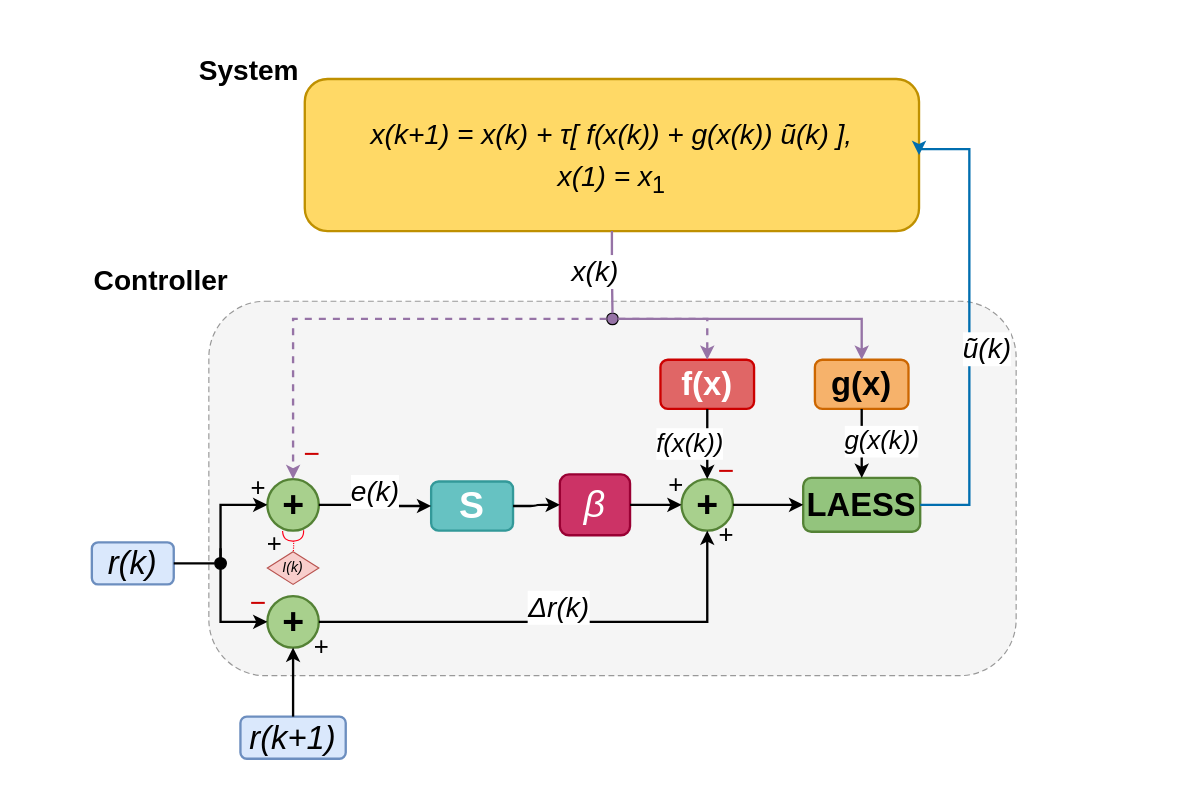
The draw.io diagram page "attacked-system" (4 of 7) of research-vault/Research Journal/Paper/figures/System-States.drawio in ablassejr/tracking-control-network, before the edit. Source tidied: cells renumbered, new cells numbered last; positions are measured from the earlier drawing's top-left corner, leaving out a move shared by most shapes. Both pictures are drawn from the tidied source at 117%, with x=0, y=0 at pixel (91, 32).
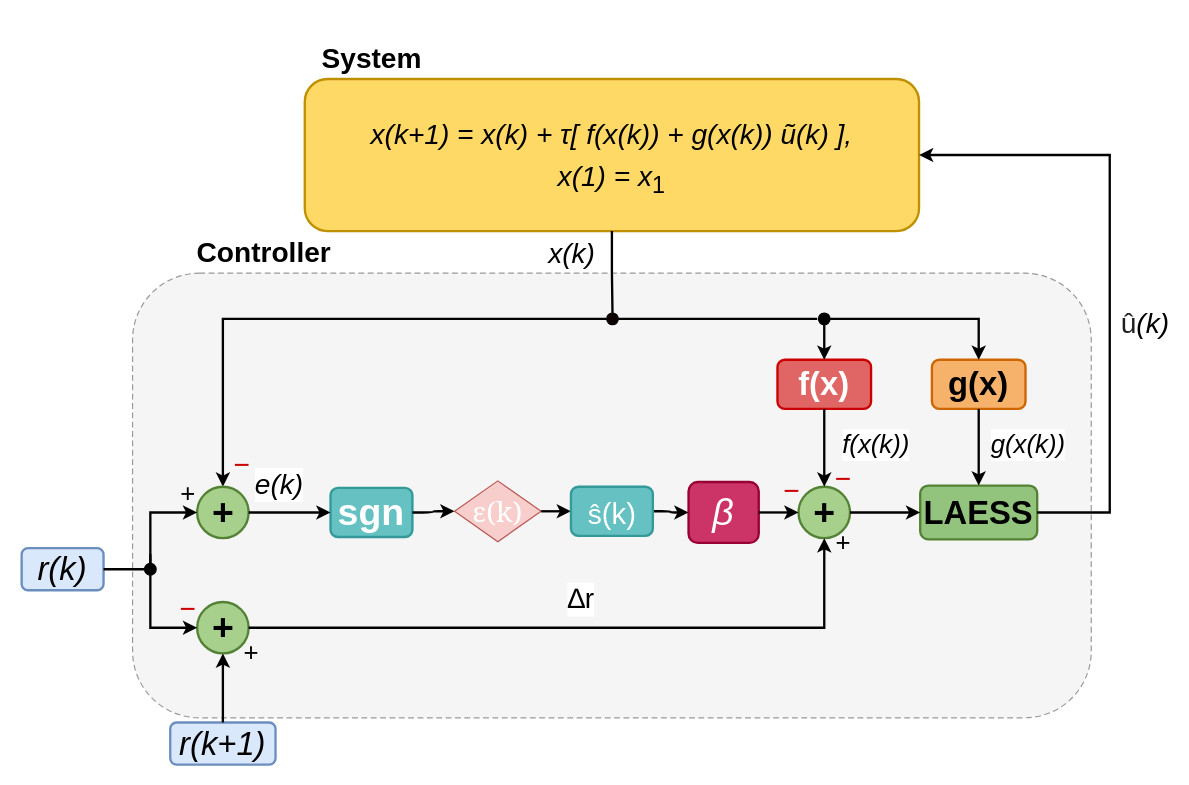
The same page after the edit.

The change refers to these unchanged cells:
```xml
<mxCell id="4" value="&lt;font style=&quot;font-size: 24px;&quot;&gt;&lt;i style=&quot;line-height:100%;&quot;&gt;x(k+1) = x(k) + τ[ f(x(k)) + g(x(k)) ũ(k) ],&lt;/i&gt;&lt;br&gt;&lt;i&gt;x(1) = x&lt;/i&gt;&lt;sub&gt;1&lt;/sub&gt;&lt;/font&gt;" style="rounded=1;whiteSpace=wrap;html=1;fontFamily=Helvetica;fontSize=30;strokeWidth=2;fillColor=#FFD966;strokeColor=#BF9000;fontColor=default;" parent="1" vertex="1">
  <mxGeometry x="182" y="40" width="525" height="130" as="geometry" />
</mxCell>
<mxCell id="36" style="group;" parent="1" vertex="1">
  <mxGeometry y="436" width="115" height="36" as="geometry" />
</mxCell>
```

The edit, as a diff of the source:
```diff
@@
     <mxCell id="2" style="rounded=1;whiteSpace=wrap;html=1;strokeWidth=1;dashed=1;dashPattern=5 3;strokeColor=#999999;fillColor=#F5F5F5;" parent="1" vertex="1">
-      <mxGeometry x="100" y="230" width="690" height="320" as="geometry" />
+      <mxGeometry x="34.8" y="206" width="819.4" height="380" as="geometry" />
     </mxCell>
     <mxCell id="3" value="&lt;b&gt;Controller&lt;/b&gt;" style="text;html=1;align=left;verticalAlign=bottom;fontFamily=Helvetica;fontSize=24;rounded=1;" parent="1" vertex="1">
-      <mxGeometry y="206" width="120" height="24" as="geometry" />
+      <mxGeometry x="88" y="182" width="120" height="24" as="geometry" />
     </mxCell>
@@
-    <mxCell id="5" value="&lt;b&gt;&lt;font style=&quot;font-size: 24px;&quot;&gt;System&lt;/font&gt;&lt;/b&gt;" style="text;html=1;align=center;verticalAlign=top;fontFamily=Helvetica;fontSize=36;rounded=1;" parent="1" vertex="1">
-      <mxGeometry x="74" width="120" height="26" as="geometry" />
+    <mxCell id="5" value="&lt;b&gt;&lt;font style=&quot;font-size: 24px;&quot;&gt;System&lt;/font&gt;&lt;/b&gt;" style="text;html=1;align=center;verticalAlign=top;fontFamily=Helvetica;fontSize=36;rounded=1;arcSize=50;" parent="1" vertex="1">
+      <mxGeometry x="179" y="-10" width="120" height="26" as="geometry" />
     </mxCell>
+    <mxCell id="22" style="edgeStyle=orthogonalEdgeStyle;rounded=0;jettySize=auto;html=1;entryX=0.5;entryY=0;entryDx=0;entryDy=0;strokeWidth=2;flowAnimation=1;" parent="1" edge="1" source="6" target="7">
+      <mxGeometry relative="1" as="geometry" />
+    </mxCell>
-    <mxCell id="6" style="ellipse;fillColor=#9673A6;strokeColor=#000000;strokeWidth=1;html=1;" parent="1" vertex="1">
+    <mxCell id="6" style="ellipse;fillColor=#0D0000;strokeColor=#000000;strokeWidth=1;html=1;" parent="1" vertex="1">
       <mxGeometry x="440" y="240" width="10" height="10" as="geometry" />
     </mxCell>
     <mxCell id="7" value="+" style="ellipse;html=1;fontFamily=Helvetica;fontSize=32;strokeWidth=2;align=center;verticalAlign=middle;fontStyle=1;rounded=1;fillColor=#A8D08D;strokeColor=#548235;" parent="1" vertex="1">
-      <mxGeometry x="150" y="382" width="44" height="44" as="geometry" />
+      <mxGeometry x="90" y="388.5" width="44" height="44" as="geometry" />
     </mxCell>
-    <mxCell id="8" value="&lt;b&gt;S&lt;/b&gt;" style="rounded=1;whiteSpace=wrap;html=1;fontFamily=Helvetica;fontSize=32;strokeWidth=2;fillColor=#66C2C2;strokeColor=#339999;fontColor=#FFFFFF;" parent="1" vertex="1">
-      <mxGeometry x="290" y="384" width="70" height="42" as="geometry" />
+    <mxCell id="8" value="&lt;b&gt;sgn&lt;/b&gt;" style="rounded=1;whiteSpace=wrap;html=1;fontFamily=Helvetica;fontSize=32;strokeWidth=2;fillColor=#66C2C2;strokeColor=#339999;fontColor=#FFFFFF;" parent="1" vertex="1">
+      <mxGeometry x="204" y="389.5" width="70" height="42" as="geometry" />
     </mxCell>
     <mxCell id="9" value="&lt;i&gt;β&lt;/i&gt;" style="rounded=1;whiteSpace=wrap;html=1;fontFamily=Helvetica;fontSize=32;strokeWidth=2;fillColor=#CC3366;strokeColor=#990033;fontColor=#FFFFFF;" parent="1" vertex="1">
-      <mxGeometry x="400" y="378" width="60" height="52" as="geometry" />
+      <mxGeometry x="510" y="384.5" width="60" height="52" as="geometry" />
     </mxCell>
     <mxCell id="10" value="+" style="ellipse;html=1;fontFamily=Helvetica;fontSize=32;strokeWidth=2;align=center;verticalAlign=middle;fontStyle=1;rounded=1;fillColor=#A8D08D;strokeColor=#548235;" parent="1" vertex="1">
-      <mxGeometry x="504" y="382" width="44" height="44" as="geometry" />
+      <mxGeometry x="604" y="388.5" width="44" height="44" as="geometry" />
     </mxCell>
     <mxCell id="11" value="&lt;b&gt;LAESS&lt;/b&gt;" style="rounded=1;whiteSpace=wrap;html=1;fontFamily=Helvetica;fontSize=28;strokeWidth=2;fillColor=#93C47D;strokeColor=#548235;" parent="1" vertex="1">
-      <mxGeometry x="608" y="381" width="100" height="46" as="geometry" />
+      <mxGeometry x="708" y="387.5" width="100" height="46" as="geometry" />
     </mxCell>
     <mxCell id="12" value="&lt;b&gt;f(x)&lt;/b&gt;" style="rounded=1;whiteSpace=wrap;html=1;fontFamily=Helvetica;fontSize=28;strokeWidth=2;fillColor=#E06666;strokeColor=#CC0000;fontColor=#FFFFFF;" parent="1" vertex="1">
-      <mxGeometry x="486" y="280" width="80" height="42" as="geometry" />
+      <mxGeometry x="586" y="280" width="80" height="42" as="geometry" />
     </mxCell>
     <mxCell id="13" value="&lt;b&gt;g(x)&lt;/b&gt;" style="rounded=1;whiteSpace=wrap;html=1;fontFamily=Helvetica;fontSize=28;strokeWidth=2;fillColor=#F6B26B;strokeColor=#CC6600;" parent="1" vertex="1">
-      <mxGeometry x="618" y="280" width="80" height="42" as="geometry" />
+      <mxGeometry x="718" y="280" width="80" height="42" as="geometry" />
     </mxCell>
     <mxCell id="14" value="+" style="ellipse;html=1;fontFamily=Helvetica;fontSize=32;strokeWidth=2;align=center;verticalAlign=middle;fontStyle=1;rounded=1;fillColor=#A8D08D;strokeColor=#548235;" parent="1" vertex="1">
-      <mxGeometry x="150" y="482" width="44" height="44" as="geometry" />
+      <mxGeometry x="90" y="487" width="44" height="44" as="geometry" />
     </mxCell>
     <mxCell id="15" value="&lt;i&gt;r(k+1)&lt;/i&gt;" style="rounded=1;whiteSpace=wrap;html=1;fontFamily=Helvetica;fontSize=28;strokeWidth=2;fillColor=#DAE8FC;strokeColor=#6C8EBF;" parent="1" vertex="1">
-      <mxGeometry x="127" y="585" width="90" height="36" as="geometry" />
+      <mxGeometry x="67" y="590" width="90" height="36" as="geometry" />
     </mxCell>
     <mxCell id="16" value="&amp;#x2212;" style="text;html=1;align=center;verticalAlign=middle;fontFamily=Helvetica;rounded=1;fontSize=24;fontColor=#CC0000;" parent="1" vertex="1">
-      <mxGeometry x="182" y="355" width="12" height="12" as="geometry" />
+      <mxGeometry x="122" y="363.5" width="12" height="12" as="geometry" />
     </mxCell>
     <mxCell id="17" value="&amp;#x2212;" style="text;html=1;align=center;verticalAlign=middle;fontFamily=Helvetica;rounded=1;fontSize=24;fontColor=#CC0000;" parent="1" vertex="1">
-      <mxGeometry x="536" y="369" width="12" height="12" as="geometry" />
+      <mxGeometry x="636" y="375.5" width="12" height="12" as="geometry" />
     </mxCell>
-    <mxCell id="18" value="+" style="text;html=1;align=center;verticalAlign=middle;fontFamily=Helvetica;rounded=1;fontSize=22;" parent="1" vertex="1">
-      <mxGeometry x="494" y="381" width="10" height="12" as="geometry" />
-    </mxCell>
     <mxCell id="19" value="+" style="text;html=1;align=center;verticalAlign=middle;fontFamily=Helvetica;rounded=1;fontSize=22;" parent="1" vertex="1">
-      <mxGeometry x="536" y="424" width="12" height="12" as="geometry" />
+      <mxGeometry x="636" y="430.5" width="12" height="12" as="geometry" />
     </mxCell>
     <mxCell id="20" value="&amp;#x2212;" style="text;html=1;align=center;verticalAlign=middle;fontFamily=Helvetica;rounded=1;fontSize=24;fontColor=#CC0000;" parent="1" vertex="1">
-      <mxGeometry x="136" y="482" width="12" height="12" as="geometry" />
+      <mxGeometry x="76" y="487" width="12" height="12" as="geometry" />
     </mxCell>
-    <mxCell id="21" value="+" style="text;html=1;align=center;verticalAlign=middle;fontFamily=Helvetica;rounded=1;fontSize=22;" parent="1" vertex="1">
-      <mxGeometry x="150" y="432" width="12" height="12" as="geometry" />
-    </mxCell>
-    <mxCell id="22" style="edgeStyle=orthogonalEdgeStyle;rounded=0;html=1;strokeWidth=2;flowAnimation=1;endArrow=classic;endFill=1;entryX=0.5;entryY=0;entryDx=0;entryDy=0;fontFamily=Helvetica;fontSize=24;strokeColor=#9673a6;dashed=1;" parent="1" edge="1" source="6" target="7">
-      <mxGeometry relative="1" as="geometry">
-        <Array as="points">
-          <mxPoint x="172" y="245" />
-        </Array>
-      </mxGeometry>
-    </mxCell>
-    <mxCell id="23" style="edgeStyle=orthogonalEdgeStyle;rounded=0;html=1;strokeWidth=2;flowAnimation=1;endArrow=classic;endFill=1;entryX=0.5;entryY=0;entryDx=0;entryDy=0;strokeColor=#9673a6;dashed=1;" parent="1" edge="1" source="6" target="12">
-      <mxGeometry relative="1" as="geometry">
-        <Array as="points">
-          <mxPoint x="526" y="245" />
-        </Array>
-      </mxGeometry>
-    </mxCell>
-    <mxCell id="24" style="edgeStyle=orthogonalEdgeStyle;rounded=0;html=1;strokeWidth=2;flowAnimation=1;endArrow=classic;endFill=1;entryX=0.5;entryY=0;entryDx=0;entryDy=0;strokeColor=#9673a6;" parent="1" edge="1" source="6" target="13">
+    <mxCell id="24" style="edgeStyle=orthogonalEdgeStyle;rounded=0;html=1;strokeWidth=2;flowAnimation=1;endArrow=classic;endFill=1;entryX=0.5;entryY=0;entryDx=0;entryDy=0;strokeColor=#000000;" parent="1" edge="1" source="51" target="13">
       <mxGeometry relative="1" as="geometry">
         <Array as="points">
-          <mxPoint x="658" y="245" />
+          <mxPoint x="758" y="245" />
         </Array>
       </mxGeometry>
     </mxCell>
     <mxCell id="25" value="&lt;i&gt;e(k)&lt;/i&gt;" style="edgeStyle=orthogonalEdgeStyle;rounded=1;html=1;strokeWidth=2;flowAnimation=1;endArrow=classic;endFill=1;exitX=1;exitY=0.5;entryX=0;entryY=0.5;fontFamily=Helvetica;fontSize=24;" parent="1" edge="1" source="7" target="8">
-      <mxGeometry relative="1" as="geometry">
-        <mxPoint y="-12" as="offset" />
-      </mxGeometry>
+      <mxGeometry x="-0.26" y="24" relative="1" as="geometry" />
     </mxCell>
-    <mxCell id="26" style="edgeStyle=orthogonalEdgeStyle;rounded=1;html=1;strokeWidth=2;flowAnimation=1;endArrow=classic;endFill=1;exitX=1;exitY=0.5;entryX=0;entryY=0.5;" parent="1" edge="1" source="8" target="9">
+    <mxCell id="26" style="edgeStyle=orthogonalEdgeStyle;rounded=1;html=1;strokeWidth=2;flowAnimation=1;endArrow=classic;endFill=1;exitX=1;exitY=0.5;entryX=0;entryY=0.5;" parent="1" edge="1" source="53" target="9">
       <mxGeometry relative="1" as="geometry" />
     </mxCell>
@@
     <mxCell id="28" value="&lt;i&gt;f(x(k))&lt;/i&gt;" style="edgeStyle=orthogonalEdgeStyle;rounded=0;html=1;strokeWidth=2;flowAnimation=1;endArrow=classic;endFill=1;exitX=0.5;exitY=1;exitDx=0;exitDy=0;entryX=0.5;entryY=0;entryDx=0;entryDy=0;fontFamily=Helvetica;fontSize=22;" parent="1" edge="1" source="12" target="10">
-      <mxGeometry relative="1" as="geometry">
-        <mxPoint x="-15" as="offset" />
-      </mxGeometry>
+      <mxGeometry x="-0.07" y="44" relative="1" as="geometry" />
     </mxCell>
     <mxCell id="29" value="&lt;i&gt;g(x(k))&lt;/i&gt;" style="edgeStyle=orthogonalEdgeStyle;rounded=0;html=1;strokeWidth=2;flowAnimation=1;endArrow=classic;endFill=1;exitX=0.5;exitY=1;exitDx=0;exitDy=0;entryX=0.5;entryY=0;entryDx=0;entryDy=0;fontFamily=Helvetica;fontSize=22;" parent="1" edge="1" source="13" target="11">
-      <mxGeometry x="-0.05" y="2" relative="1" as="geometry">
-        <mxPoint x="15" as="offset" />
-      </mxGeometry>
+      <mxGeometry x="-0.05" y="42" relative="1" as="geometry" />
     </mxCell>
@@
-    <mxCell id="31" value="&lt;i&gt;ũ(k)&lt;/i&gt;" style="edgeStyle=orthogonalEdgeStyle;rounded=0;html=1;strokeWidth=2;flowAnimation=1;endArrow=classic;endFill=1;exitX=1;exitY=0.5;exitDx=0;exitDy=0;entryX=1;entryY=0.5;entryDx=0;entryDy=0;fontFamily=Helvetica;fontSize=24;strokeColor=#006EAF;" parent="1" edge="1" source="11" target="4">
-      <mxGeometry x="-0.11" relative="1" as="geometry">
+    <mxCell id="31" value="&lt;span style=&quot;text-wrap-mode: wrap; color: rgb(32, 33, 34); font-family: sans-serif; text-align: start;&quot;&gt;û&lt;/span&gt;&lt;i&gt;(k)&lt;/i&gt;" style="edgeStyle=orthogonalEdgeStyle;rounded=0;html=1;strokeWidth=2;flowAnimation=1;endArrow=classic;endFill=1;exitX=1;exitY=0.5;exitDx=0;exitDy=0;fontFamily=Helvetica;fontSize=24;strokeColor=#000000;entryX=1;entryY=0.5;entryDx=0;entryDy=0;" parent="1" edge="1" source="11" target="4">
+      <mxGeometry x="-0.16" y="-30" relative="1" as="geometry">
         <Array as="points">
-          <mxPoint x="750" y="404" />
-          <mxPoint x="750" y="100" />
+          <mxPoint x="870" y="411" />
+          <mxPoint x="870" y="105" />
         </Array>
-        <mxPoint x="15" as="offset" />
       </mxGeometry>
     </mxCell>
     <mxCell id="32" style="edgeStyle=orthogonalEdgeStyle;rounded=0;html=1;strokeWidth=2;flowAnimation=1;endArrow=classic;endFill=1;entryX=0;entryY=0.5;entryDx=0;entryDy=0;" parent="1" edge="1" source="38" target="7">
       <mxGeometry relative="1" as="geometry">
         <Array as="points">
-          <mxPoint x="110" y="441" />
-          <mxPoint x="110" y="389" />
+          <mxPoint x="50" y="446" />
+          <mxPoint x="50" y="394" />
         </Array>
       </mxGeometry>
     </mxCell>
     <mxCell id="33" style="edgeStyle=orthogonalEdgeStyle;rounded=0;html=1;strokeWidth=2;flowAnimation=1;endArrow=classic;endFill=1;entryX=0;entryY=0.5;entryDx=0;entryDy=0;" parent="1" edge="1" source="38" target="14">
       <mxGeometry relative="1" as="geometry">
         <Array as="points">
-          <mxPoint x="110" y="441" />
-          <mxPoint x="110" y="489" />
+          <mxPoint x="50" y="446" />
+          <mxPoint x="50" y="494" />
         </Array>
       </mxGeometry>
     </mxCell>
     <mxCell id="34" style="edgeStyle=orthogonalEdgeStyle;rounded=0;html=1;strokeWidth=2;flowAnimation=1;endArrow=classic;endFill=1;entryX=0.5;entryY=1;entryDx=0;entryDy=0;" parent="1" edge="1" source="15" target="14">
       <mxGeometry relative="1" as="geometry">
         <Array as="points">
-          <mxPoint x="172" y="568" />
+          <mxPoint x="112" y="573" />
         </Array>
       </mxGeometry>
     </mxCell>
-    <mxCell id="35" value="&lt;i&gt;&amp;#x0394;r(k)&lt;/i&gt;" style="edgeStyle=orthogonalEdgeStyle;rounded=0;html=1;strokeWidth=2;flowAnimation=1;endArrow=classic;endFill=1;exitX=1;exitY=0.5;exitDx=0;exitDy=0;entryX=0.5;entryY=1;entryDx=0;entryDy=0;fontFamily=Helvetica;fontSize=24;" parent="1" edge="1" source="14" target="10">
-      <mxGeometry relative="1" as="geometry">
-        <Array as="points">
-          <mxPoint x="526" y="504" />
-        </Array>
-        <mxPoint y="-12" as="offset" />
-      </mxGeometry>
+    <mxCell id="35" value="∆r" style="edgeStyle=orthogonalEdgeStyle;rounded=0;html=1;strokeWidth=2;flowAnimation=1;endArrow=classic;endFill=1;exitX=1;exitY=0.5;exitDx=0;exitDy=0;fontFamily=Helvetica;fontSize=24;" parent="1" edge="1" source="14" target="10">
+      <mxGeometry y="24" relative="1" as="geometry" />
     </mxCell>
@@
     <mxCell id="37" value="&lt;i&gt;r(k)&lt;/i&gt;" style="rounded=1;whiteSpace=wrap;html=1;fontFamily=Helvetica;fontSize=28;strokeWidth=2;fillColor=#DAE8FC;strokeColor=#6C8EBF;" parent="36" vertex="1">
-      <mxGeometry width="70" height="36" as="geometry" />
+      <mxGeometry x="-60" y="5" width="70" height="36" as="geometry" />
     </mxCell>
     <mxCell id="38" style="ellipse;fillColor=#000000;strokeColor=#000000;strokeWidth=1;html=1;" parent="36" vertex="1">
-      <mxGeometry x="105" y="13" width="10" height="10" as="geometry" />
+      <mxGeometry x="45" y="18" width="10" height="10" as="geometry" />
     </mxCell>
@@
     <mxCell id="40" value="+" style="text;html=1;align=center;verticalAlign=middle;fontFamily=Helvetica;rounded=1;fontSize=22;" parent="1" vertex="1">
-      <mxGeometry x="136" y="384" width="12" height="12" as="geometry" />
+      <mxGeometry x="76" y="389" width="12" height="12" as="geometry" />
     </mxCell>
@@
-    <mxCell id="42" style="edgeStyle=orthogonalEdgeStyle;rounded=0;html=1;curved=0;endArrow=halfCircle;endFill=0;startArrow=oval;startFill=0;startSize=5;dashed=1;dashPattern=1 1;flowAnimation=1;strokeWidth=1;endSize=7;fontColor=#FF0000;strokeColor=#FF0019;" parent="1" edge="1" target="7">
-      <mxGeometry relative="1" as="geometry">
-        <mxPoint x="172" y="450" as="sourcePoint" />
-      </mxGeometry>
-    </mxCell>
@@
-    <mxCell id="44" value="&lt;i&gt;I(k)&lt;/i&gt;" style="rhombus;whiteSpace=wrap;html=1;fillColor=#f8cecc;strokeColor=#b85450;" parent="1" vertex="1">
-      <mxGeometry x="150" y="444" width="44" height="28" as="geometry" />
-    </mxCell>
-    <mxCell id="45" value="&lt;i&gt;&lt;font style=&quot;font-size: 24px;&quot;&gt;x(k)&lt;/font&gt;&lt;/i&gt;" style="edgeStyle=orthogonalEdgeStyle;rounded=0;html=1;strokeWidth=2;flowAnimation=1;endArrow=none;endFill=0;exitX=0.5;exitY=1;exitDx=0;exitDy=0;strokeColor=#9673a6;" parent="1" edge="1" source="4" target="6">
-      <mxGeometry relative="1" as="geometry">
-        <mxPoint x="-15" as="offset" />
+    <mxCell id="45" value="&lt;i&gt;&lt;font style=&quot;font-size: 24px;&quot;&gt;x(k)&lt;/font&gt;&lt;/i&gt;" style="edgeStyle=orthogonalEdgeStyle;rounded=0;html=1;strokeWidth=2;flowAnimation=1;endArrow=none;endFill=0;exitX=0.5;exitY=1;exitDx=0;exitDy=0;strokeColor=#000000;" parent="1" edge="1" source="4" target="6">
+      <mxGeometry x="-0.43" y="-34" relative="1" as="geometry">
+        <mxPoint x="-1" as="offset" />
       </mxGeometry>
     </mxCell>
     <mxCell id="46" value="+" style="text;html=1;align=center;verticalAlign=middle;fontFamily=Helvetica;rounded=1;fontSize=22;" parent="1" vertex="1">
-      <mxGeometry x="190" y="520" width="12" height="12" as="geometry" />
+      <mxGeometry x="130" y="525" width="12" height="12" as="geometry" />
     </mxCell>
+    <mxCell id="47" value="&amp;#x2212;" style="text;html=1;align=center;verticalAlign=middle;fontFamily=Helvetica;rounded=1;fontSize=24;fontColor=#CC0000;" parent="1" vertex="1">
+      <mxGeometry x="592" y="385.5" width="12" height="12" as="geometry" />
+    </mxCell>
+    <mxCell id="48" style="edgeStyle=orthogonalEdgeStyle;rounded=1;html=1;strokeWidth=2;flowAnimation=1;endArrow=classic;endFill=1;exitX=1;exitY=0.5;entryX=0;entryY=0.5;" parent="1" edge="1" source="8" target="44">
+      <mxGeometry relative="1" as="geometry" />
+    </mxCell>
+    <mxCell id="44" value="&lt;span style=&quot;font-family: pplxSerif, pplxSerif, ui-serif, Georgia, Cambria, &amp;quot;Hiragino Mincho ProN&amp;quot;, &amp;quot;Yu Mincho&amp;quot;, &amp;quot;Songti SC&amp;quot;, SimSun, &amp;quot;Songti TC&amp;quot;, PMingLiU, &amp;quot;Songti TC&amp;quot;, MingLiU_HKSCS, &amp;quot;Songti TC&amp;quot;, PMingLiU, AppleMyungjo, Batang, serif; text-align: start;&quot;&gt;&lt;font style=&quot;color: rgb(255, 255, 255); font-size: 24px;&quot;&gt;ε(k)&lt;/font&gt;&lt;/span&gt;" style="rhombus;whiteSpace=wrap;html=1;fillColor=#f8cecc;strokeColor=#b85450;" parent="1" vertex="1">
+      <mxGeometry x="310" y="383.5" width="74" height="52" as="geometry" />
+    </mxCell>
+    <mxCell id="49" style="edgeStyle=orthogonalEdgeStyle;rounded=0;html=1;strokeWidth=2;flowAnimation=1;endArrow=none;endFill=0;strokeColor=#000000;exitX=1;exitY=0.5;exitDx=0;exitDy=0;" parent="1" edge="1" source="6">
+      <mxGeometry relative="1" as="geometry">
+        <mxPoint x="620" y="245" as="targetPoint" />
+      </mxGeometry>
+    </mxCell>
+    <mxCell id="50" style="edgeStyle=orthogonalEdgeStyle;rounded=0;jettySize=auto;html=1;entryX=0.5;entryY=0;entryDx=0;entryDy=0;strokeWidth=2;flowAnimation=1;" parent="1" edge="1" source="51" target="12">
+      <mxGeometry relative="1" as="geometry" />
+    </mxCell>
+    <mxCell id="51" style="ellipse;fillColor=#000000;strokeColor=#000000;strokeWidth=1;html=1;" parent="1" vertex="1">
+      <mxGeometry x="621" y="240" width="10" height="10" as="geometry" />
+    </mxCell>
+    <mxCell id="52" style="edgeStyle=orthogonalEdgeStyle;rounded=1;html=1;strokeWidth=2;flowAnimation=1;endArrow=classic;endFill=1;exitX=1;exitY=0.5;entryX=0;entryY=0.5;" parent="1" edge="1" source="44" target="53">
+      <mxGeometry relative="1" as="geometry" />
+    </mxCell>
+    <mxCell id="53" value="&lt;font face=&quot;Helvetica&quot; style=&quot;color: rgb(255, 255, 255);&quot;&gt;&lt;span&gt;&lt;span style=&quot;text-align: start;&quot;&gt;&lt;font style=&quot;font-size: 24px;&quot;&gt;ŝ&lt;/font&gt;&lt;/span&gt;&lt;/span&gt;&lt;font style=&quot;font-size: 25px;&quot;&gt;(k)&lt;/font&gt;&lt;/font&gt;" style="rounded=1;whiteSpace=wrap;html=1;fontFamily=Helvetica;fontSize=32;strokeWidth=2;fillColor=#66C2C2;strokeColor=#339999;fontColor=#FFFFFF;" parent="1" vertex="1">
+      <mxGeometry x="409.5" y="388.5" width="70" height="42" as="geometry" />
+    </mxCell>
```
